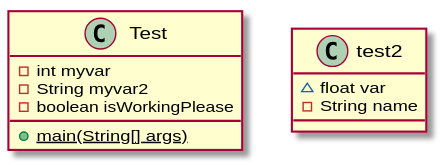
andrewdimmer/csi-3370-software-project-config-test keeps this PlantUML diagram as docs/uml/test2.svg. Above is the earlier version.
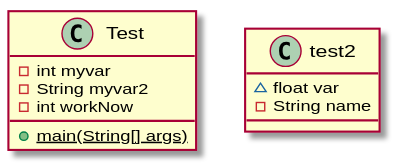
After the commit.

Diff of the diagram source:
```diff
@@ -4,7 +4,7 @@
 class Test {
     - int myvar
     - String myvar2
-    - boolean isWorkingPlease
+    - int workNow
     {static} + main(String[] args)
 }
 
```
